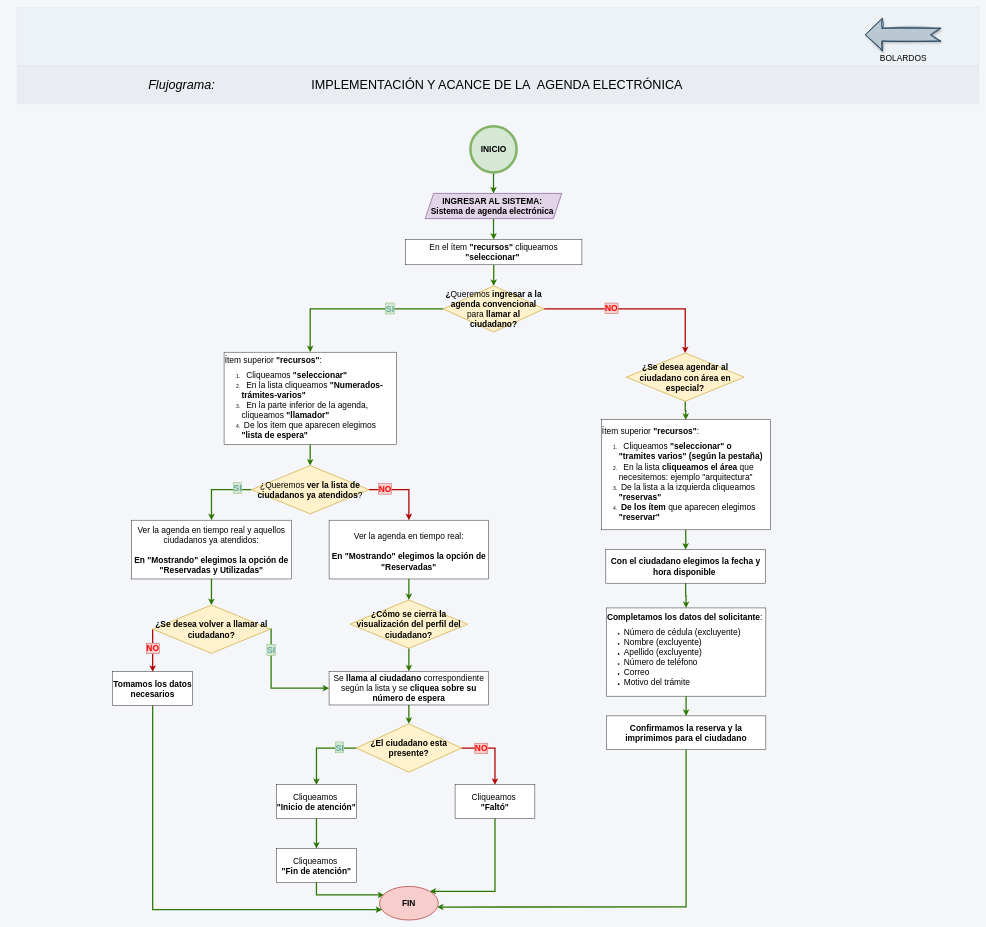
Earlier version of the draw.io diagram page "Agenda electrónica" (2 of 2) of Colocación_bolardos/Colocación de bolardos.drawio (adlc20/Manual_de_procedimientos_ccz9). Source tidied: cells renumbered, new cells numbered last; positions are measured from the earlier drawing's top-left corner, leaving out a move shared by most shapes. Both pictures are drawn from the tidied source at 42%, with x=0, y=0 at pixel (17, 7).
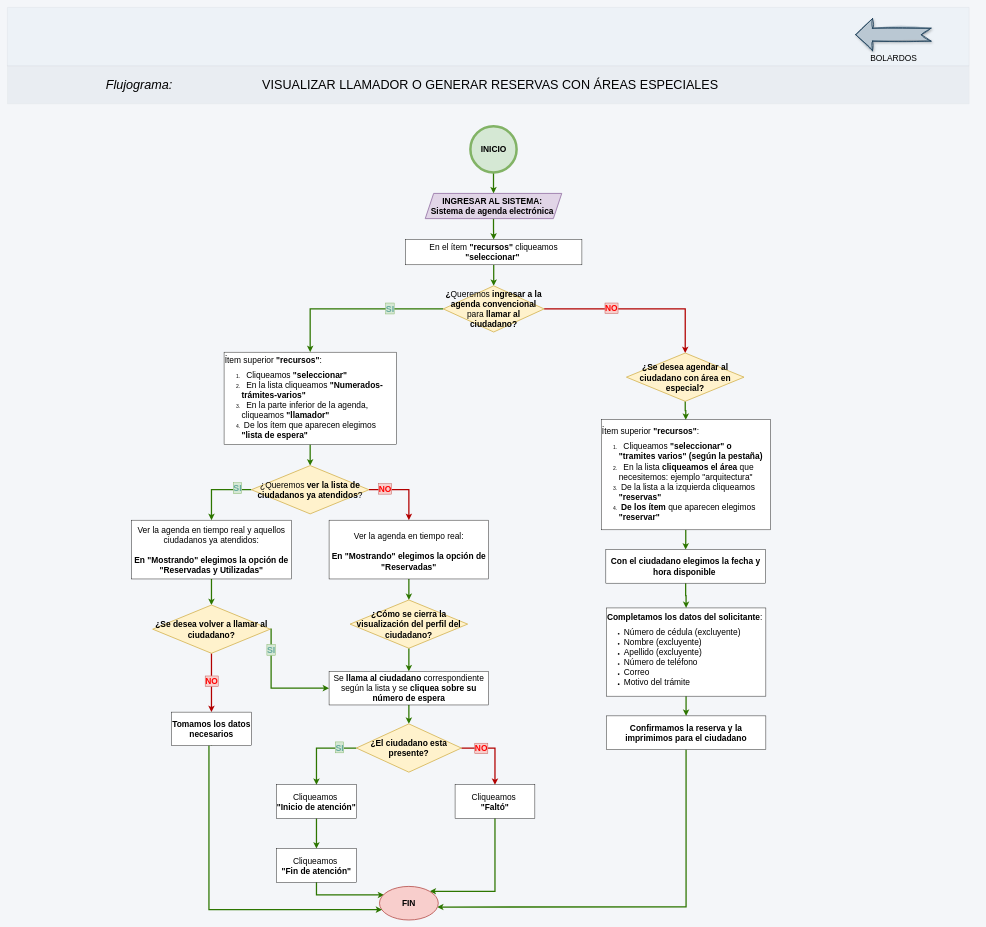
Above is the later version.

Unchanged cells that the change refers to:
```xml
<mxCell id="52" value="&lt;font style=&quot;font-size: 20px;&quot;&gt;&lt;b&gt;FIN&lt;/b&gt;&lt;/font&gt;" style="ellipse;whiteSpace=wrap;html=1;fillColor=#f8cecc;strokeColor=#b85450;strokeWidth=2;" parent="1" vertex="1">
  <mxGeometry x="863" y="2093" width="140" height="80" as="geometry" />
</mxCell>
<mxCell id="57" value="&lt;font style=&quot;font-size: 20px;&quot;&gt;&lt;b&gt;¿Se desea volver a llamar al ciudadano?&lt;/b&gt;&lt;/font&gt;" style="rhombus;whiteSpace=wrap;html=1;fillColor=#fff2cc;strokeColor=#d6b656;strokeWidth=2;" parent="1" vertex="1">
  <mxGeometry x="323" y="1423" width="280" height="115" as="geometry" />
</mxCell>
```

What changed in the source:
```diff
@@
     <mxCell id="2" style="verticalLabelPosition=bottom;verticalAlign=middle;html=1;shape=mxgraph.basic.patternFillRect;step=5;fillStrokeWidth=0.2;fillStrokeColor=#dddddd;fillColor=#EDF2F7;strokeWidth=0;dashed=1;dashPattern=1 4;rounded=1;align=center;fontFamily=Helvetica;fontSize=12;fontColor=#2D3748;" parent="1" vertex="1">
-      <mxGeometry width="2290" height="140" as="geometry" />
+      <mxGeometry x="-23" width="2290" height="140" as="geometry" />
     </mxCell>
     <mxCell id="3" style="verticalLabelPosition=bottom;verticalAlign=top;html=1;shape=mxgraph.basic.patternFillRect;fillStyle=auto;step=5;fillStrokeWidth=0.2;fillStrokeColor=#dddddd;fillColor=#E0E5EB;strokeWidth=0;strokeColor=default;opacity=50;fontColor=#ffffff;shadow=0;comic=0;align=center;fontFamily=Helvetica;fontSize=12;gradientColor=none;" parent="1" vertex="1">
-      <mxGeometry y="139" width="2290" height="91" as="geometry" />
+      <mxGeometry x="-23" y="139" width="2290" height="91" as="geometry" />
     </mxCell>
     <mxCell id="4" value="&lt;i&gt;&lt;font style=&quot;font-size: 30px;&quot;&gt;Flujograma:&lt;/font&gt;&lt;/i&gt;" style="text;html=1;whiteSpace=wrap;strokeColor=none;fillColor=none;align=center;verticalAlign=middle;rounded=0;" parent="1" vertex="1">
-      <mxGeometry x="237" y="169.5" width="310" height="30" as="geometry" />
+      <mxGeometry x="136" y="169.5" width="310" height="30" as="geometry" />
     </mxCell>
-    <mxCell id="5" value="&lt;font style=&quot;font-size: 30px;&quot;&gt;IMPLEMENTACIÓN Y ACANCE DE LA&amp;nbsp; AGENDA ELECTRÓNICA&lt;/font&gt;" style="text;html=1;whiteSpace=wrap;strokeColor=none;fillColor=none;align=center;verticalAlign=middle;rounded=0;" parent="1" vertex="1">
-      <mxGeometry x="677" y="170" width="932" height="30" as="geometry" />
-    </mxCell>
@@
-    <mxCell id="55" style="edgeStyle=orthogonalEdgeStyle;rounded=0;jettySize=auto;html=1;exitX=0;exitY=0.5;exitDx=0;exitDy=0;fillColor=#e51400;strokeColor=#B20000;strokeWidth=3;entryX=0.5;entryY=0;entryDx=0;entryDy=0;" parent="1" edge="1" source="57" target="59">
+    <mxCell id="55" style="edgeStyle=orthogonalEdgeStyle;rounded=0;jettySize=auto;html=1;exitX=0.5;exitY=1;exitDx=0;exitDy=0;fillColor=#e51400;strokeColor=#B20000;strokeWidth=3;entryX=0.5;entryY=0;entryDx=0;entryDy=0;" parent="1" edge="1" source="57" target="59">
       <mxGeometry relative="1" as="geometry">
         <Array as="points">
-          <mxPoint x="323" y="1581" />
+          <mxPoint x="463" y="1664.5" />
+          <mxPoint x="463" y="1664.5" />
         </Array>
       </mxGeometry>
     </mxCell>
@@
     <mxCell id="58" style="edgeStyle=orthogonalEdgeStyle;rounded=0;jettySize=auto;html=1;exitX=0.5;exitY=1;exitDx=0;exitDy=0;fillColor=#60a917;strokeColor=#2D7600;strokeWidth=3;entryX=0.046;entryY=0.691;entryDx=0;entryDy=0;entryPerimeter=0;" parent="1" edge="1" source="59" target="52">
       <mxGeometry relative="1" as="geometry">
         <Array as="points">
-          <mxPoint x="323" y="2148" />
+          <mxPoint x="457" y="1740" />
+          <mxPoint x="457" y="2148.2" />
         </Array>
       </mxGeometry>
     </mxCell>
     <mxCell id="59" value="&lt;span style=&quot;font-size: 20px;&quot;&gt;&lt;b&gt;Tomamos los datos necesarios&lt;/b&gt;&lt;/span&gt;" style="rounded=0;whiteSpace=wrap;html=1;" parent="1" vertex="1">
-      <mxGeometry x="228" y="1582" width="190" height="80" as="geometry" />
+      <mxGeometry x="368" y="1678" width="190" height="80" as="geometry" />
     </mxCell>
@@
     <mxCell id="61" value="&lt;font style=&quot;font-size: 20px;&quot;&gt;BOLARDOS&lt;/font&gt;" style="verticalLabelPosition=bottom;verticalAlign=top;html=1;strokeWidth=2;shape=mxgraph.arrows2.arrow;dy=0.6;dx=40;notch=22.86;direction=west;sketch=1;curveFitting=1;jiggle=2;shadow=1;fillColor=#bac8d3;strokeColor=#23445d;fillStyle=solid;" parent="1" vertex="1">
-      <mxGeometry x="2020" y="26.8" width="179" height="76.5" as="geometry" />
+      <mxGeometry x="1997" y="26.8" width="179" height="76.5" as="geometry" />
     </mxCell>
+    <mxCell id="62" value="&lt;font style=&quot;font-size: 30px;&quot;&gt;VISUALIZAR LLAMADOR O GENERAR RESERVAS CON ÁREAS ESPECIALES&lt;/font&gt;" style="text;html=1;whiteSpace=wrap;strokeColor=none;fillColor=none;align=center;verticalAlign=middle;rounded=0;" parent="1" vertex="1">
+      <mxGeometry x="536" y="148" width="1182" height="73" as="geometry" />
+    </mxCell>
```
